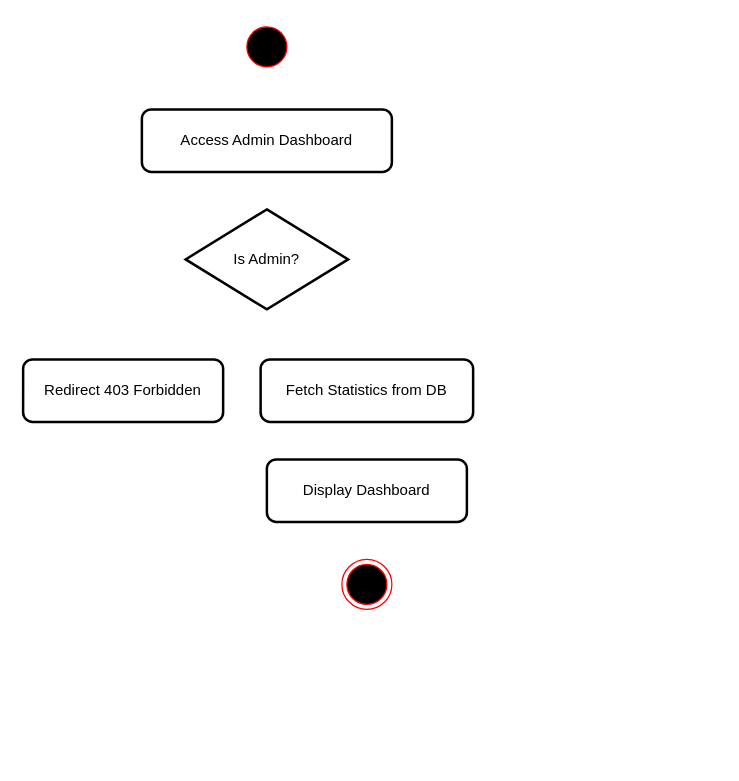
tdat-dev/UniMarket keeps this draw.io diagram as page "Admin Dashboard" (1 of 6) of draw/AdminActivities.drawio. Above is the earlier version. Source tidied: cells renumbered, new cells numbered last; positions are measured from the earlier drawing's top-left corner, leaving out a move shared by most shapes. Both pictures are drawn from the tidied source at 125%, with x=0, y=0 at pixel (22, 21).
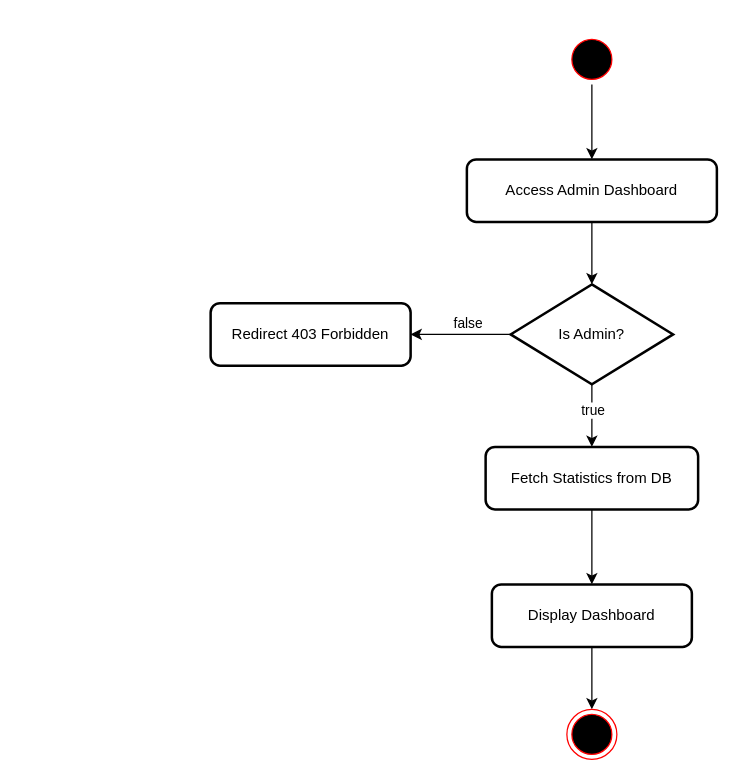
Above is the later version.

What changed in the source:
```diff
@@
 <mxGraphModel>
   <root>
     <mxCell id="0" />
     <mxCell id="1" parent="0" />
+    <mxCell id="9" style="edgeStyle=orthogonalEdgeStyle;rounded=0;jettySize=auto;html=1;" parent="1" edge="1" source="2" target="3">
+      <mxGeometry relative="1" as="geometry" />
+    </mxCell>
     <mxCell id="2" style="ellipse;html=1;shape=startState;fillColor=#000000;strokeColor=#ff0000;" parent="1" vertex="1">
-      <mxGeometry x="175" width="40" height="40" as="geometry" />
+      <mxGeometry x="435" y="10" width="40" height="40" as="geometry" />
     </mxCell>
+    <mxCell id="10" style="edgeStyle=orthogonalEdgeStyle;rounded=0;jettySize=auto;html=1;" parent="1" edge="1" source="3" target="4">
+      <mxGeometry relative="1" as="geometry" />
+    </mxCell>
     <mxCell id="3" value="Access Admin Dashboard" style="rounded=1;whiteSpace=wrap;html=1;strokeWidth=2;" parent="1" vertex="1">
-      <mxGeometry x="95" y="70" width="200" height="50" as="geometry" />
+      <mxGeometry x="355" y="110" width="200" height="50" as="geometry" />
     </mxCell>
+    <mxCell id="11" style="edgeStyle=orthogonalEdgeStyle;rounded=0;jettySize=auto;html=1;" parent="1" edge="1" source="4" target="5">
+      <mxGeometry relative="1" as="geometry" />
+    </mxCell>
+    <mxCell id="12" value="false" style="edgeLabel;html=1;align=center;verticalAlign=middle;" parent="11" vertex="1">
+      <mxGeometry x="0.03" y="-3" relative="1" as="geometry">
+        <mxPoint x="6" y="-7" as="offset" />
+      </mxGeometry>
+    </mxCell>
+    <mxCell id="13" style="edgeStyle=orthogonalEdgeStyle;rounded=0;jettySize=auto;html=1;" parent="1" edge="1" source="4" target="6">
+      <mxGeometry relative="1" as="geometry" />
+    </mxCell>
+    <mxCell id="14" value="true" style="edgeLabel;html=1;align=center;verticalAlign=middle;" parent="13" vertex="1">
+      <mxGeometry x="-0.51" relative="1" as="geometry">
+        <mxPoint y="8" as="offset" />
+      </mxGeometry>
+    </mxCell>
     <mxCell id="4" value="Is Admin?" style="rhombus;whiteSpace=wrap;html=1;strokeWidth=2;" parent="1" vertex="1">
-      <mxGeometry x="130" y="150" width="130" height="80" as="geometry" />
+      <mxGeometry x="390" y="210" width="130" height="80" as="geometry" />
     </mxCell>
     <mxCell id="5" value="Redirect 403 Forbidden" style="rounded=1;whiteSpace=wrap;html=1;strokeWidth=2;" parent="1" vertex="1">
-      <mxGeometry y="270" width="160" height="50" as="geometry" />
+      <mxGeometry x="150" y="225" width="160" height="50" as="geometry" />
     </mxCell>
+    <mxCell id="15" style="edgeStyle=orthogonalEdgeStyle;rounded=0;jettySize=auto;html=1;" parent="1" edge="1" source="6" target="7">
+      <mxGeometry relative="1" as="geometry" />
+    </mxCell>
     <mxCell id="6" value="Fetch Statistics from DB" style="rounded=1;whiteSpace=wrap;html=1;strokeWidth=2;" parent="1" vertex="1">
-      <mxGeometry x="190" y="270" width="170" height="50" as="geometry" />
+      <mxGeometry x="370" y="340" width="170" height="50" as="geometry" />
     </mxCell>
+    <mxCell id="16" style="edgeStyle=orthogonalEdgeStyle;rounded=0;jettySize=auto;html=1;" parent="1" edge="1" source="7" target="8">
+      <mxGeometry relative="1" as="geometry" />
+    </mxCell>
     <mxCell id="7" value="Display Dashboard" style="rounded=1;whiteSpace=wrap;html=1;strokeWidth=2;" parent="1" vertex="1">
-      <mxGeometry x="195" y="350" width="160" height="50" as="geometry" />
+      <mxGeometry x="375" y="450" width="160" height="50" as="geometry" />
     </mxCell>
     <mxCell id="8" style="ellipse;html=1;shape=endState;fillColor=#000000;strokeColor=#ff0000;" parent="1" vertex="1">
-      <mxGeometry x="255" y="430" width="40" height="40" as="geometry" />
+      <mxGeometry x="435" y="550" width="40" height="40" as="geometry" />
     </mxCell>
   </root>
 </mxGraphModel>
```
